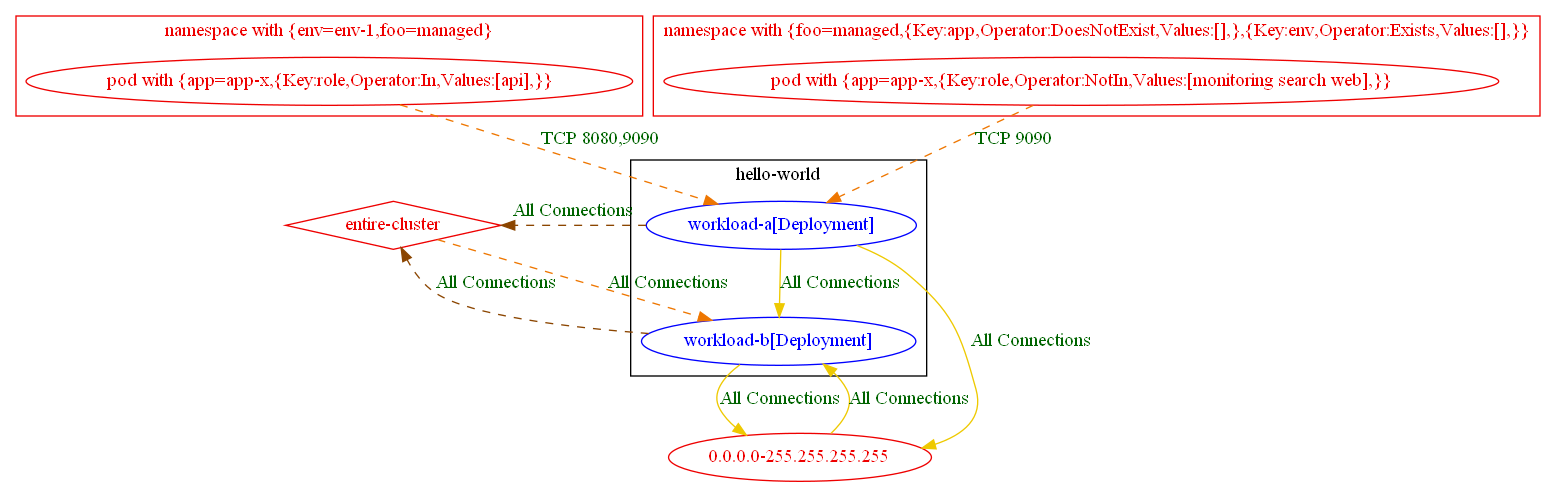
This is test_outputs/connlist/exposure_test_exposure_with_different_rules_6_connlist_output.dot.png from np-guard/netpol-analyzer, a Graphviz export, as it was before one commit. Its source is kept beside it as test_outputs/connlist/exposure_test_exposure_with_different_rules_6_connlist_output.dot.
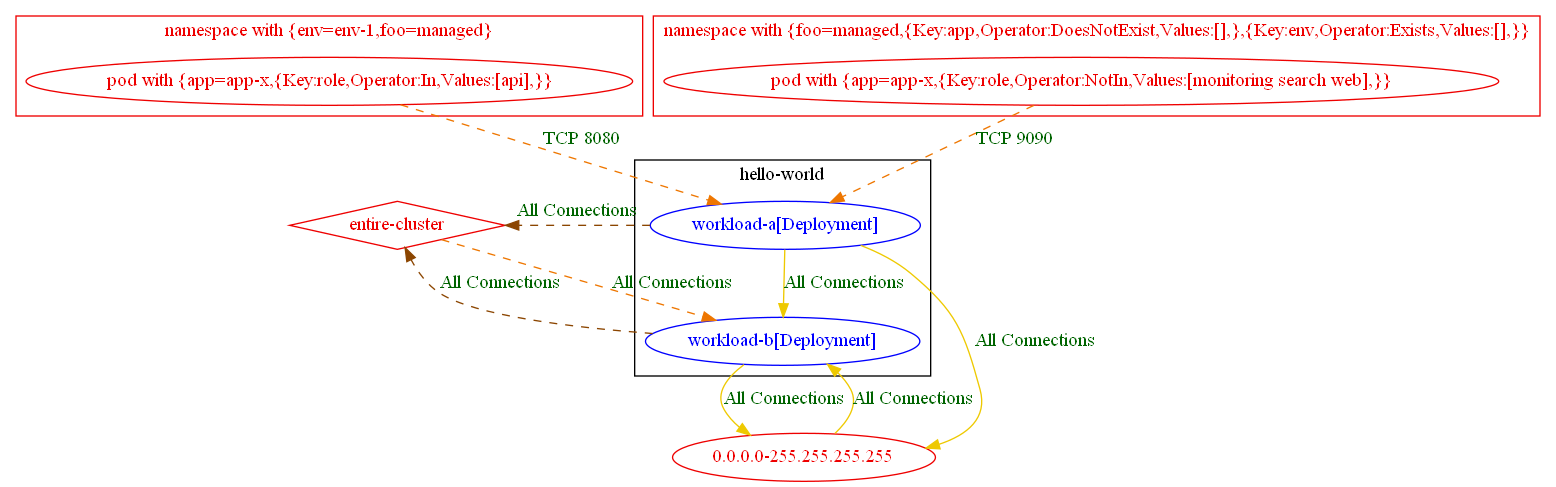
After the commit.

Change to the diagram source:
```diff
@@ -27,6 +27,6 @@
 	"hello-world/workload-a[Deployment]" -> "hello-world/workload-b[Deployment]" [label="All Connections" color="gold2" fontcolor="darkgreen" weight=0.5]
 	"hello-world/workload-b[Deployment]" -> "0.0.0.0-255.255.255.255" [label="All Connections" color="gold2" fontcolor="darkgreen" weight=1]
 	"hello-world/workload-b[Deployment]" -> "entire-cluster" [label="All Connections" color="darkorange4" fontcolor="darkgreen" weight=0.5 style=dashed]
-	"pod with {app=app-x,{Key:role,Operator:In,Values:[api],}}_in_namespace with {env=env-1,foo=managed}" -> "hello-world/workload-a[Deployment]" [label="TCP 8080,9090" color="darkorange2" fontcolor="darkgreen" weight=1 style=dashed]
+	"pod with {app=app-x,{Key:role,Operator:In,Values:[api],}}_in_namespace with {env=env-1,foo=managed}" -> "hello-world/workload-a[Deployment]" [label="TCP 8080" color="darkorange2" fontcolor="darkgreen" weight=1 style=dashed]
 	"pod with {app=app-x,{Key:role,Operator:NotIn,Values:[monitoring search web],}}_in_namespace with {foo=managed,{Key:app,Operator:DoesNotExist,Values:[],},{Key:env,Operator:Exists,Values:[],}}" -> "hello-world/workload-a[Deployment]" [label="TCP 9090" color="darkorange2" fontcolor="darkgreen" weight=1 style=dashed]
 }
```
